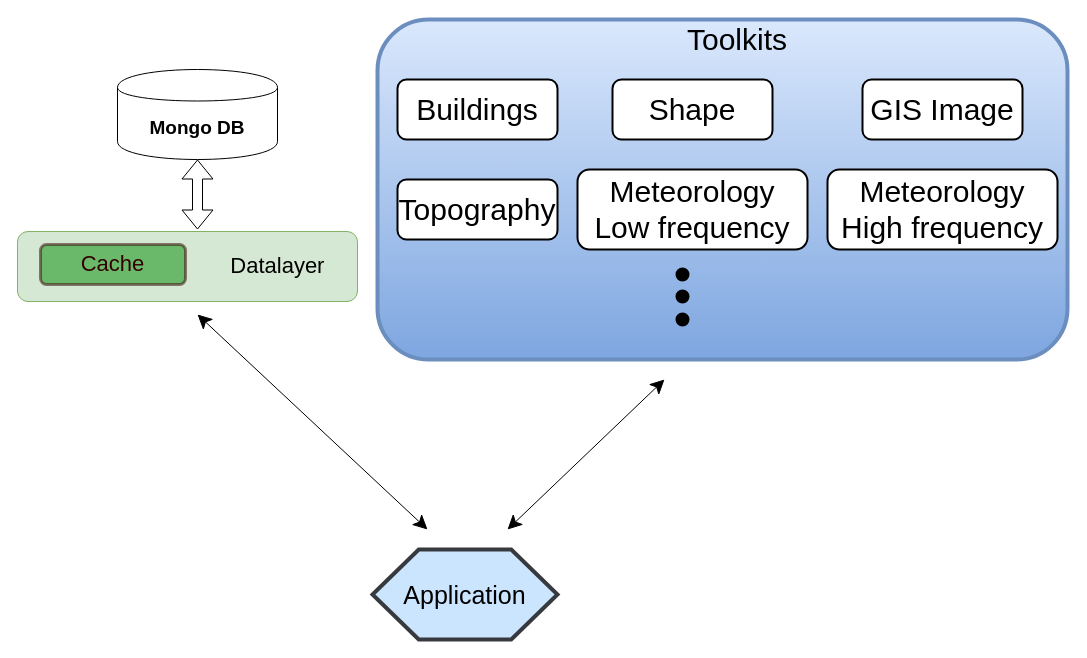
Above: page "Page-5" (5 of 5) of hera/doc/source/HeraDrawings.drawio in KaplanOpenSource/hera (draw.io), before the change. Source tidied: cells renumbered, new cells numbered last; positions are measured from the earlier drawing's top-left corner, leaving out a move shared by most shapes. Both pictures are drawn from the tidied source at 100%, with x=0, y=0 at pixel (17, 19).
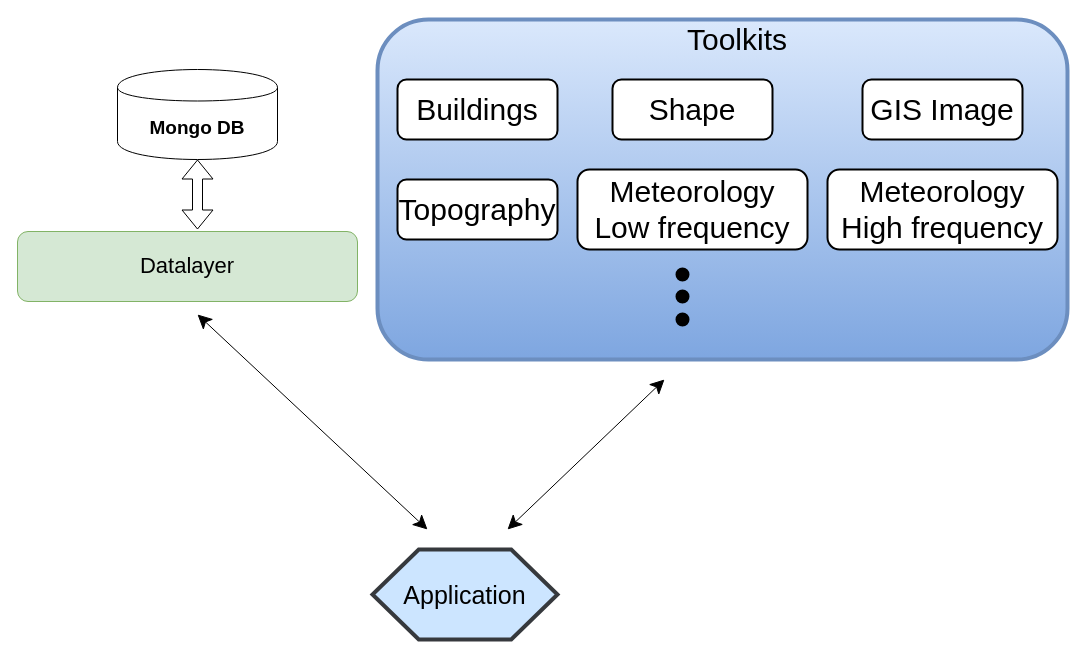
The same page after the edit.

Unchanged cells that the change refers to:
```xml
<mxCell id="2" style="group;" parent="1" vertex="1">
  <mxGeometry y="50" width="340" height="232" as="geometry" />
</mxCell>
```

Diff of the diagram source:
```diff
@@
-    <mxCell id="3" value="Datalayer&amp;nbsp; &amp;nbsp; &amp;nbsp;" style="rounded=1;whiteSpace=wrap;html=1;fontSize=22;fillColor=#d5e8d4;strokeColor=#82b366;align=right;" parent="2" vertex="1">
+    <mxCell id="3" value="Datalayer" style="rounded=1;whiteSpace=wrap;html=1;fontSize=22;fillColor=#d5e8d4;strokeColor=#82b366;align=center;" parent="2" vertex="1">
       <mxGeometry y="162" width="340" height="70" as="geometry" />
     </mxCell>
-    <mxCell id="4" value="Cache" style="rounded=1;whiteSpace=wrap;html=1;fontSize=22;fillColor=#008a00;strokeColor=#330000;fontColor=#330000;strokeWidth=3;gradientColor=none;opacity=50;" parent="2" vertex="1">
-      <mxGeometry x="23" y="175" width="145" height="40" as="geometry" />
-    </mxCell>
```
